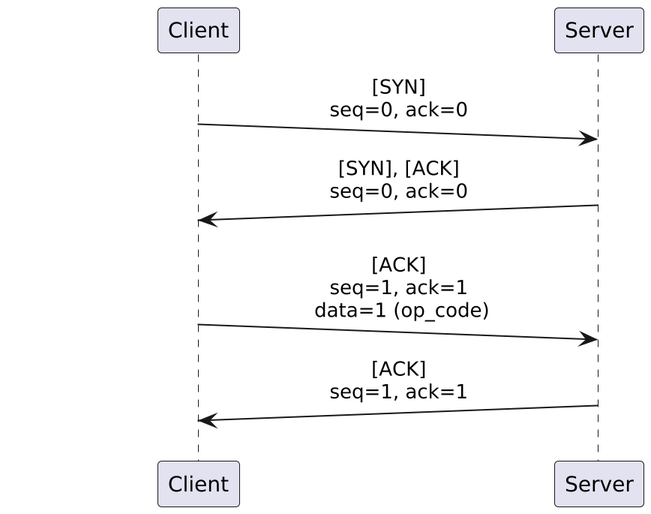
Earlier version of the PlantUML export docs/imgs/connection-handshake.png (TheUDPs/TP1-Redes).
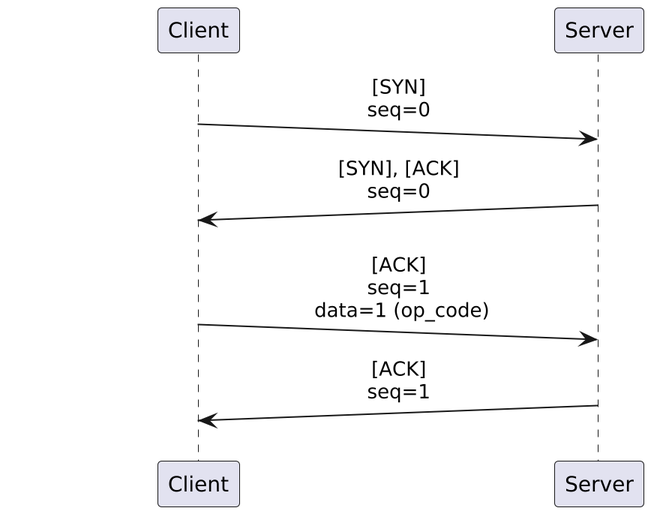
The same diagram one commit later.

The edit, as a diff of the source:
```diff
@@ -5,10 +5,9 @@
 participant Client
 participant Server
 
-Client ->(10) Server : [SYN]\nseq=0, ack=0
-Server ->(10) Client : [SYN], [ACK]\nseq=0, ack=0
+Client ->(10) Server : [SYN]\nseq=0
+Server ->(10) Client : [SYN], [ACK]\nseq=0
 
-Client ->(10) Server : [ACK]\nseq=1, ack=1\n data=1 (op_code)
-Server ->(10) Client : [ACK]\nseq=1, ack=1
-
+Client ->(10) Server : [ACK]\nseq=1\n data=1 (op_code)
+Server ->(10) Client : [ACK]\nseq=1
 @enduml
```
